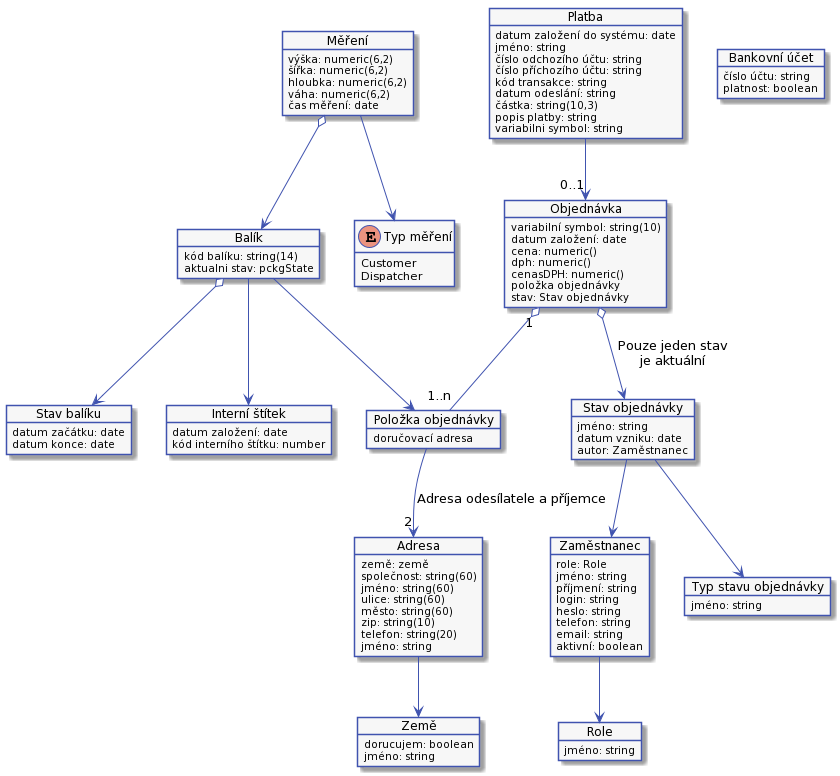
The PlantUML diagram docs/diagrams/out/arch-01.png in Internet-Handel/postman, before a commit.
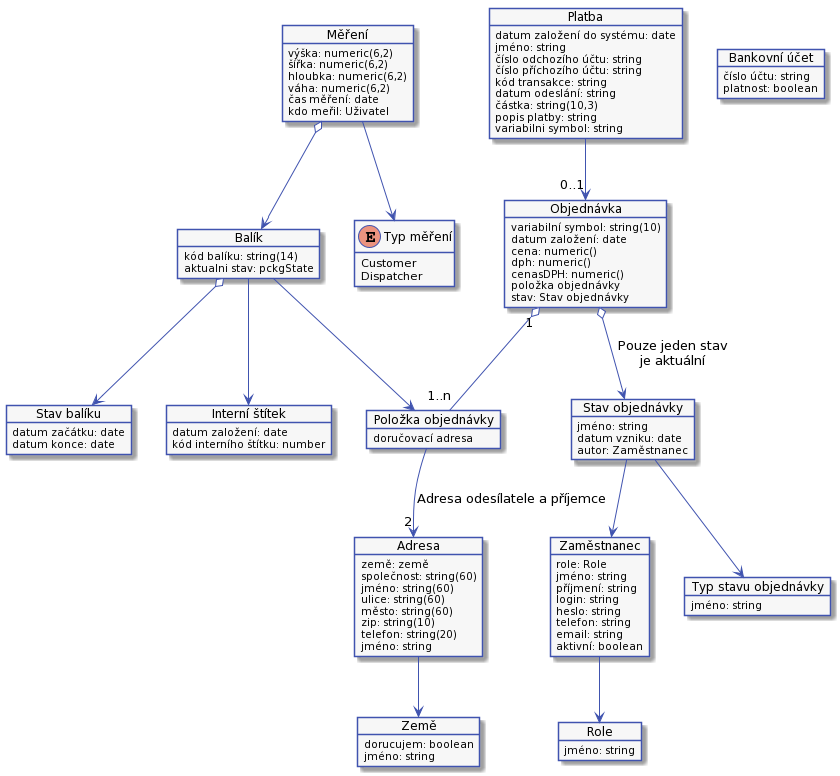
The same diagram one commit later.

Diff of the diagram source:
```diff
@@ -157,6 +157,7 @@
     hloubka: numeric(6,2)
     váha: numeric(6,2)
     čas měření: date
+    kdo meřil: Uživatel
 }
 
 enum "Typ měření" as measureType {
```
